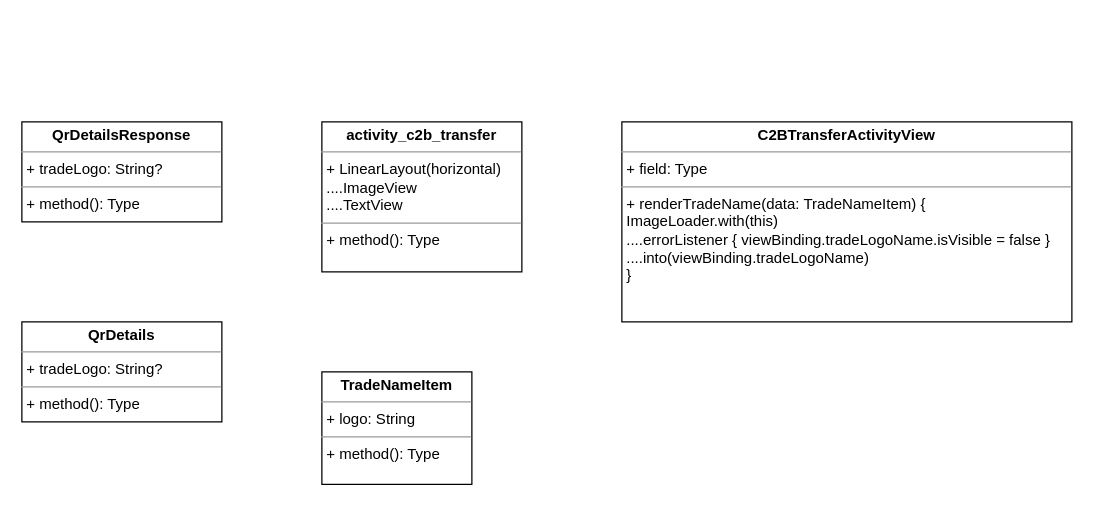
This is UNI-17696.drawio from ShiryaevNikolay/diagrams, a draw.io file, before an edit. Source tidied: cells renumbered, new cells numbered last; positions are measured from the earlier drawing's top-left corner, leaving out a move shared by most shapes. Both pictures are drawn from the tidied source at 125%, with x=0, y=0 at pixel (21, 121).
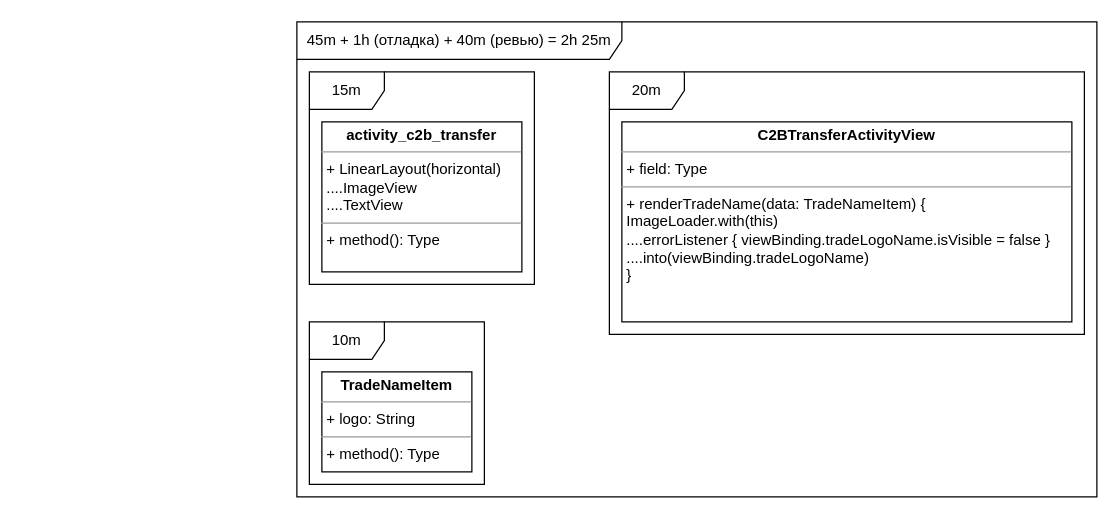
The same diagram, later.

What changed in the source:
```diff
@@
 <mxGraphModel>
   <root>
     <mxCell id="0" />
     <mxCell id="1" parent="0" />
-    <mxCell id="2" value="&lt;p style=&quot;margin:0px;margin-top:4px;text-align:center;&quot;&gt;&lt;b&gt;QrDetailsResponse&lt;/b&gt;&lt;/p&gt;&lt;hr size=&quot;1&quot;&gt;&lt;p style=&quot;margin:0px;margin-left:4px;&quot;&gt;+ tradeLogo: String?&lt;br&gt;&lt;/p&gt;&lt;hr size=&quot;1&quot;&gt;&lt;p style=&quot;margin:0px;margin-left:4px;&quot;&gt;+ method(): Type&lt;/p&gt;" style="verticalAlign=top;align=left;overflow=fill;fontSize=12;fontFamily=Helvetica;html=1;" parent="1" vertex="1">
-      <mxGeometry width="160" height="80" as="geometry" />
-    </mxCell>
-    <mxCell id="3" value="&lt;p style=&quot;margin:0px;margin-top:4px;text-align:center;&quot;&gt;&lt;b&gt;QrDetails&lt;/b&gt;&lt;/p&gt;&lt;hr size=&quot;1&quot;&gt;&lt;p style=&quot;margin:0px;margin-left:4px;&quot;&gt;+ tradeLogo: String?&lt;br&gt;&lt;/p&gt;&lt;hr size=&quot;1&quot;&gt;&lt;p style=&quot;margin:0px;margin-left:4px;&quot;&gt;+ method(): Type&lt;/p&gt;" style="verticalAlign=top;align=left;overflow=fill;fontSize=12;fontFamily=Helvetica;html=1;" parent="1" vertex="1">
-      <mxGeometry y="160" width="160" height="80" as="geometry" />
-    </mxCell>
     <mxCell id="4" value="&lt;p style=&quot;margin:0px;margin-top:4px;text-align:center;&quot;&gt;&lt;b&gt;activity_c2b_transfer&lt;/b&gt;&lt;/p&gt;&lt;hr size=&quot;1&quot;&gt;&lt;p style=&quot;margin:0px;margin-left:4px;&quot;&gt;+ LinearLayout(horizontal)&lt;/p&gt;&lt;p style=&quot;margin:0px;margin-left:4px;&quot;&gt;....ImageView&lt;/p&gt;&lt;p style=&quot;margin:0px;margin-left:4px;&quot;&gt;....TextView&lt;br&gt;&lt;/p&gt;&lt;hr size=&quot;1&quot;&gt;&lt;p style=&quot;margin:0px;margin-left:4px;&quot;&gt;+ method(): Type&lt;/p&gt;" style="verticalAlign=top;align=left;overflow=fill;fontSize=12;fontFamily=Helvetica;html=1;" parent="1" vertex="1">
       <mxGeometry x="240" width="160" height="120" as="geometry" />
     </mxCell>
     <mxCell id="5" value="&lt;p style=&quot;margin:0px;margin-top:4px;text-align:center;&quot;&gt;&lt;b&gt;C2BTransferActivityView&lt;/b&gt;&lt;/p&gt;&lt;hr size=&quot;1&quot;&gt;&lt;p style=&quot;margin:0px;margin-left:4px;&quot;&gt;+ field: Type&lt;/p&gt;&lt;hr size=&quot;1&quot;&gt;&lt;p style=&quot;margin:0px;margin-left:4px;&quot;&gt;+ renderTradeName(data: TradeNameItem) {&lt;/p&gt;&lt;p style=&quot;margin:0px;margin-left:4px;&quot;&gt;ImageLoader.with(this)&lt;/p&gt;&lt;p style=&quot;margin:0px;margin-left:4px;&quot;&gt;....errorListener { viewBinding.tradeLogoName.isVisible = false }&lt;br&gt;&lt;/p&gt;&lt;p style=&quot;margin:0px;margin-left:4px;&quot;&gt;....into(viewBinding.tradeLogoName)&lt;br&gt;&lt;/p&gt;&lt;p style=&quot;margin:0px;margin-left:4px;&quot;&gt;}&lt;br&gt;&lt;/p&gt;" style="verticalAlign=top;align=left;overflow=fill;fontSize=12;fontFamily=Helvetica;html=1;" parent="1" vertex="1">
       <mxGeometry x="480" width="360" height="160" as="geometry" />
     </mxCell>
     <mxCell id="6" value="&lt;p style=&quot;margin:0px;margin-top:4px;text-align:center;&quot;&gt;&lt;b&gt;TradeNameItem&lt;/b&gt;&lt;/p&gt;&lt;hr size=&quot;1&quot;&gt;&lt;p style=&quot;margin:0px;margin-left:4px;&quot;&gt;+ logo: String&lt;br&gt;&lt;/p&gt;&lt;hr size=&quot;1&quot;&gt;&lt;p style=&quot;margin:0px;margin-left:4px;&quot;&gt;+ method(): Type&lt;/p&gt;" style="verticalAlign=top;align=left;overflow=fill;fontSize=12;fontFamily=Helvetica;html=1;" parent="1" vertex="1">
-      <mxGeometry x="240" y="200" width="120" height="90" as="geometry" />
+      <mxGeometry x="240" y="200" width="120" height="80" as="geometry" />
     </mxCell>
+    <mxCell id="7" value="15m" style="shape=umlFrame;whiteSpace=wrap;html=1;" parent="1" vertex="1">
+      <mxGeometry x="230" y="-40" width="180" height="170" as="geometry" />
+    </mxCell>
+    <mxCell id="8" value="10m" style="shape=umlFrame;whiteSpace=wrap;html=1;" parent="1" vertex="1">
+      <mxGeometry x="230" y="160" width="140" height="130" as="geometry" />
+    </mxCell>
+    <mxCell id="9" value="20m" style="shape=umlFrame;whiteSpace=wrap;html=1;" parent="1" vertex="1">
+      <mxGeometry x="470" y="-40" width="380" height="210" as="geometry" />
+    </mxCell>
+    <mxCell id="10" value="45m + 1h (отладка) + 40m (ревью) = 2h 25m" style="shape=umlFrame;whiteSpace=wrap;html=1;width=260;height=30;" parent="1" vertex="1">
+      <mxGeometry x="220" y="-80" width="640" height="380" as="geometry" />
+    </mxCell>
   </root>
 </mxGraphModel>
```
